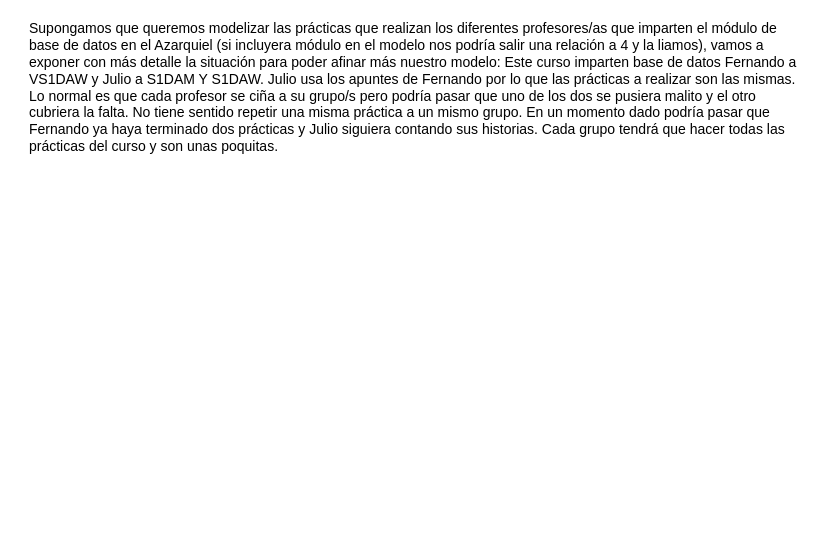
Before: drawio/Ejer2.drawio in DiEgOfercri/Modelos-BBDD, a draw.io diagram. Source tidied: cells renumbered, new cells numbered last; positions are measured from the earlier drawing's top-left corner, leaving out a move shared by most shapes. Both pictures are drawn from the tidied source at 100%, with x=0, y=0 at pixel (27, 17).
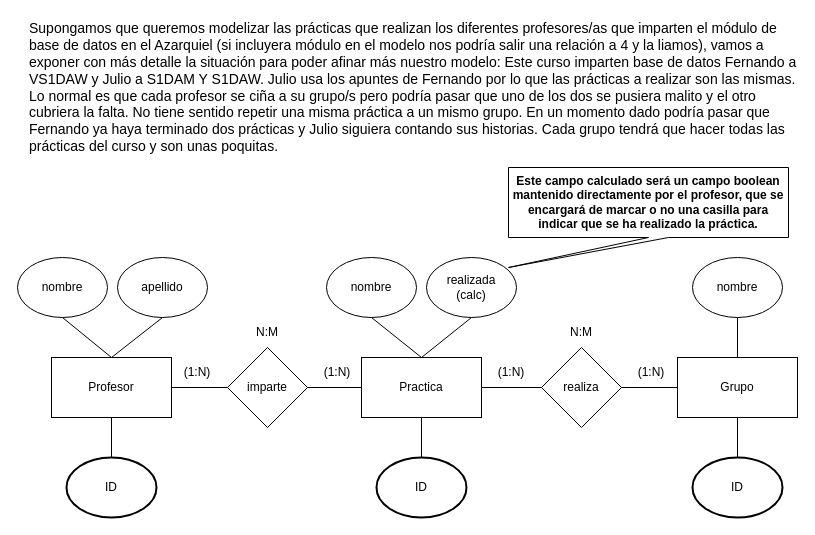
The same page after the edit.

What changed in the source:
```diff
@@
+    <mxCell id="3" value="Profesor" style="rounded=0;whiteSpace=wrap;html=1;" parent="1" vertex="1">
+      <mxGeometry x="24" y="340" width="120" height="60" as="geometry" />
+    </mxCell>
+    <mxCell id="4" value="Practica" style="rounded=0;whiteSpace=wrap;html=1;" parent="1" vertex="1">
+      <mxGeometry x="334" y="340" width="120" height="60" as="geometry" />
+    </mxCell>
+    <mxCell id="5" value="Grupo" style="rounded=0;whiteSpace=wrap;html=1;" parent="1" vertex="1">
+      <mxGeometry x="650" y="340" width="120" height="60" as="geometry" />
+    </mxCell>
+    <mxCell id="6" value="imparte" style="rhombus;whiteSpace=wrap;html=1;" parent="1" vertex="1">
+      <mxGeometry x="200" y="330" width="80" height="80" as="geometry" />
+    </mxCell>
+    <mxCell id="7" value="realiza" style="rhombus;whiteSpace=wrap;html=1;" parent="1" vertex="1">
+      <mxGeometry x="514" y="330" width="80" height="80" as="geometry" />
+    </mxCell>
+    <mxCell id="8" style="endArrow=none;html=1;rounded=0;entryX=0;entryY=0.5;entryDx=0;entryDy=0;exitX=1;exitY=0.5;exitDx=0;exitDy=0;" parent="1" edge="1" source="7" target="5">
+      <mxGeometry relative="1" as="geometry" />
+    </mxCell>
+    <mxCell id="9" style="endArrow=none;html=1;rounded=0;entryX=0;entryY=0.5;entryDx=0;entryDy=0;exitX=1;exitY=0.5;exitDx=0;exitDy=0;" parent="1" edge="1" source="4" target="7">
+      <mxGeometry relative="1" as="geometry" />
+    </mxCell>
+    <mxCell id="10" style="endArrow=none;html=1;rounded=0;exitX=1;exitY=0.5;exitDx=0;exitDy=0;entryX=0;entryY=0.5;entryDx=0;entryDy=0;" parent="1" edge="1" source="6" target="4">
+      <mxGeometry relative="1" as="geometry" />
+    </mxCell>
+    <mxCell id="11" style="endArrow=none;html=1;rounded=0;exitX=1;exitY=0.5;exitDx=0;exitDy=0;entryX=0;entryY=0.5;entryDx=0;entryDy=0;" parent="1" edge="1" source="3" target="6">
+      <mxGeometry relative="1" as="geometry" />
+    </mxCell>
+    <mxCell id="12" value="ID" style="ellipse;whiteSpace=wrap;html=1;strokeWidth=2;" parent="1" vertex="1">
+      <mxGeometry x="665" y="440" width="90" height="60" as="geometry" />
+    </mxCell>
+    <mxCell id="13" value="ID" style="ellipse;whiteSpace=wrap;html=1;strokeWidth=2;" parent="1" vertex="1">
+      <mxGeometry x="39" y="440" width="90" height="60" as="geometry" />
+    </mxCell>
+    <mxCell id="14" value="ID" style="ellipse;whiteSpace=wrap;html=1;strokeWidth=2;" parent="1" vertex="1">
+      <mxGeometry x="349" y="440" width="90" height="60" as="geometry" />
+    </mxCell>
+    <mxCell id="15" value="nombre" style="ellipse;whiteSpace=wrap;html=1;" parent="1" vertex="1">
+      <mxGeometry x="665" y="240" width="90" height="60" as="geometry" />
+    </mxCell>
+    <mxCell id="16" value="nombre" style="ellipse;whiteSpace=wrap;html=1;" parent="1" vertex="1">
+      <mxGeometry x="299" y="240" width="90" height="60" as="geometry" />
+    </mxCell>
+    <mxCell id="17" value="nombre" style="ellipse;whiteSpace=wrap;html=1;" parent="1" vertex="1">
+      <mxGeometry x="-10" y="240" width="90" height="60" as="geometry" />
+    </mxCell>
+    <mxCell id="18" value="apellido" style="ellipse;whiteSpace=wrap;html=1;" parent="1" vertex="1">
+      <mxGeometry x="90" y="240" width="90" height="60" as="geometry" />
+    </mxCell>
+    <mxCell id="19" value="realizada&lt;br&gt;(calc)" style="ellipse;whiteSpace=wrap;html=1;" parent="1" vertex="1">
+      <mxGeometry x="399" y="240" width="90" height="60" as="geometry" />
+    </mxCell>
+    <mxCell id="20" style="endArrow=none;html=1;rounded=0;exitX=0.5;exitY=0;exitDx=0;exitDy=0;entryX=0.5;entryY=1;entryDx=0;entryDy=0;" parent="1" edge="1" source="4" target="19">
+      <mxGeometry relative="1" as="geometry" />
+    </mxCell>
+    <mxCell id="21" style="endArrow=none;html=1;rounded=0;exitX=0.5;exitY=0;exitDx=0;exitDy=0;entryX=0.5;entryY=1;entryDx=0;entryDy=0;" parent="1" edge="1" source="4" target="16">
+      <mxGeometry relative="1" as="geometry" />
+    </mxCell>
+    <mxCell id="22" style="endArrow=none;html=1;rounded=0;entryX=0.5;entryY=1;entryDx=0;entryDy=0;exitX=0.5;exitY=0;exitDx=0;exitDy=0;" parent="1" edge="1" source="5" target="15">
+      <mxGeometry relative="1" as="geometry" />
+    </mxCell>
+    <mxCell id="23" style="endArrow=none;html=1;rounded=0;entryX=0.5;entryY=0;entryDx=0;entryDy=0;exitX=0.5;exitY=1;exitDx=0;exitDy=0;" parent="1" edge="1" source="5" target="12">
+      <mxGeometry relative="1" as="geometry" />
+    </mxCell>
+    <mxCell id="24" style="endArrow=none;html=1;rounded=0;entryX=0.5;entryY=0;entryDx=0;entryDy=0;exitX=0.5;exitY=1;exitDx=0;exitDy=0;" parent="1" edge="1" source="4" target="14">
+      <mxGeometry relative="1" as="geometry" />
+    </mxCell>
+    <mxCell id="25" style="endArrow=none;html=1;rounded=0;entryX=0.5;entryY=0;entryDx=0;entryDy=0;exitX=0.5;exitY=1;exitDx=0;exitDy=0;" parent="1" edge="1" source="3" target="13">
+      <mxGeometry relative="1" as="geometry" />
+    </mxCell>
+    <mxCell id="26" style="endArrow=none;html=1;rounded=0;entryX=0.5;entryY=1;entryDx=0;entryDy=0;exitX=0.5;exitY=0;exitDx=0;exitDy=0;" parent="1" edge="1" source="3" target="18">
+      <mxGeometry relative="1" as="geometry" />
+    </mxCell>
+    <mxCell id="27" style="endArrow=none;html=1;rounded=0;exitX=0.5;exitY=0;exitDx=0;exitDy=0;entryX=0.5;entryY=1;entryDx=0;entryDy=0;" parent="1" edge="1" source="3" target="17">
+      <mxGeometry relative="1" as="geometry" />
+    </mxCell>
+    <mxCell id="28" value="Este campo calculado será un campo boolean mantenido directamente por el profesor, que se encargará de marcar o no una casilla para indicar que se ha realizado la práctica." style="shape=callout;whiteSpace=wrap;html=1;perimeter=calloutPerimeter;direction=east;position2=0;fontStyle=1;" parent="1" vertex="1">
+      <mxGeometry x="481" y="150" width="280" height="100" as="geometry" />
+    </mxCell>
+    <mxCell id="29" value="(1:N)" style="text;html=1;strokeColor=none;fillColor=none;align=center;verticalAlign=middle;whiteSpace=wrap;rounded=0;" parent="1" vertex="1">
+      <mxGeometry x="140" y="340" width="60" height="30" as="geometry" />
+    </mxCell>
+    <mxCell id="30" value="(1:N)" style="text;html=1;strokeColor=none;fillColor=none;align=center;verticalAlign=middle;whiteSpace=wrap;rounded=0;" parent="1" vertex="1">
+      <mxGeometry x="280" y="340" width="60" height="30" as="geometry" />
+    </mxCell>
+    <mxCell id="31" value="N:M" style="text;html=1;strokeColor=none;fillColor=none;align=center;verticalAlign=middle;whiteSpace=wrap;rounded=0;" parent="1" vertex="1">
+      <mxGeometry x="210" y="300" width="60" height="30" as="geometry" />
+    </mxCell>
+    <mxCell id="32" value="(1:N)" style="text;html=1;strokeColor=none;fillColor=none;align=center;verticalAlign=middle;whiteSpace=wrap;rounded=0;" parent="1" vertex="1">
+      <mxGeometry x="454" y="340" width="60" height="30" as="geometry" />
+    </mxCell>
+    <mxCell id="33" value="(1:N)" style="text;html=1;strokeColor=none;fillColor=none;align=center;verticalAlign=middle;whiteSpace=wrap;rounded=0;" parent="1" vertex="1">
+      <mxGeometry x="594" y="340" width="60" height="30" as="geometry" />
+    </mxCell>
+    <mxCell id="34" value="N:M" style="text;html=1;strokeColor=none;fillColor=none;align=center;verticalAlign=middle;whiteSpace=wrap;rounded=0;" parent="1" vertex="1">
+      <mxGeometry x="524" y="300" width="60" height="30" as="geometry" />
+    </mxCell>
```
